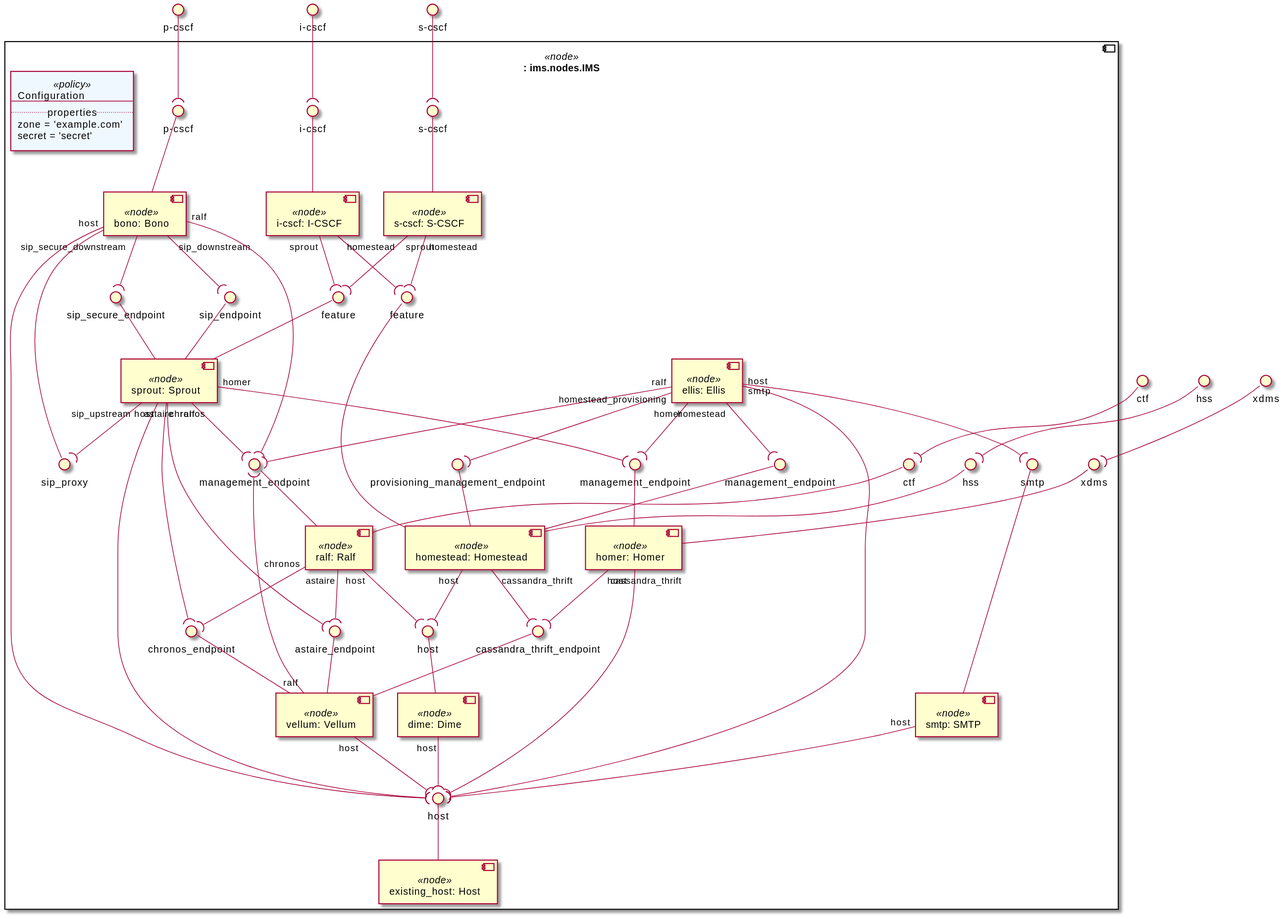
Before: examples/ariatosca/diagrams/uml2/clearwater-single-existing-1.0-uml2-component-diagram1.svg, a diagram exported from PlantUML (Orange-OpenSource/Cloudnet-TOSCA-toolbox).
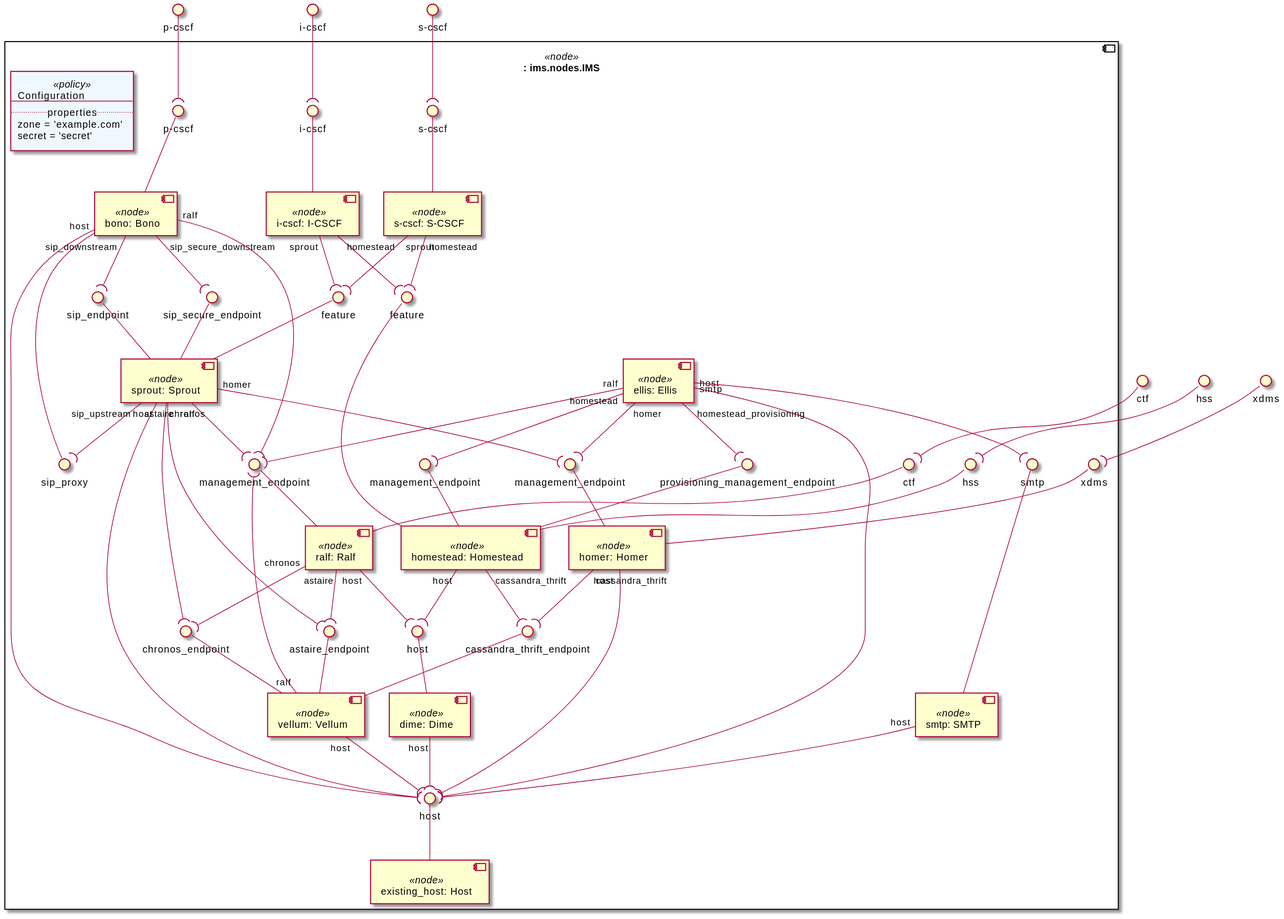
After the commit.

Diff of the diagram source:
```diff
@@ -9,44 +9,44 @@
 interface "xdms" as substitution_mappings_xdms
 component ": ims.nodes.IMS" <<node>> as substitution_mappings {
 component "bono: Bono" <<node>> as node_bono
+interface "p-cscf" as node_bono_p_cscf
+node_bono_p_cscf -- node_bono
 interface "sip_proxy" as node_bono_sip_proxy
 node_bono_sip_proxy -- node_bono
-interface "p-cscf" as node_bono_p_cscf
-node_bono_p_cscf -- node_bono
 
 component "sprout: Sprout" <<node>> as node_sprout
-interface "sip_secure_endpoint" as node_sprout_sip_secure_endpoint
-node_sprout_sip_secure_endpoint -- node_sprout
 interface "feature" as node_sprout_feature
 node_sprout_feature -- node_sprout
 interface "sip_endpoint" as node_sprout_sip_endpoint
 node_sprout_sip_endpoint -- node_sprout
+interface "sip_secure_endpoint" as node_sprout_sip_secure_endpoint
+node_sprout_sip_secure_endpoint -- node_sprout
 
 component "dime: Dime" <<node>> as node_dime
 interface "host" as node_dime_host
 node_dime_host -- node_dime
 
 component "homestead: Homestead" <<node>> as node_homestead
+interface "feature" as node_homestead_feature
+node_homestead_feature -- node_homestead
+interface "hss" as node_homestead_hss
+node_homestead_hss -- node_homestead
+interface "management_endpoint" as node_homestead_management_endpoint
+node_homestead_management_endpoint -- node_homestead
 interface "provisioning_management_endpoint" as node_homestead_provisioning_management_endpoint
 node_homestead_provisioning_management_endpoint -- node_homestead
-interface "feature" as node_homestead_feature
-node_homestead_feature -- node_homestead
-interface "management_endpoint" as node_homestead_management_endpoint
-node_homestead_management_endpoint -- node_homestead
-interface "hss" as node_homestead_hss
-node_homestead_hss -- node_homestead
 
 component "ralf: Ralf" <<node>> as node_ralf
+interface "ctf" as node_ralf_ctf
+node_ralf_ctf -- node_ralf
 interface "management_endpoint" as node_ralf_management_endpoint
 node_ralf_management_endpoint -- node_ralf
-interface "ctf" as node_ralf_ctf
-node_ralf_ctf -- node_ralf
 
 component "homer: Homer" <<node>> as node_homer
+interface "management_endpoint" as node_homer_management_endpoint
+node_homer_management_endpoint -- node_homer
 interface "xdms" as node_homer_xdms
 node_homer_xdms -- node_homer
-interface "management_endpoint" as node_homer_management_endpoint
-node_homer_management_endpoint -- node_homer
 
 component "vellum: Vellum" <<node>> as node_vellum
 interface "astaire_endpoint" as node_vellum_astaire_endpoint
```
